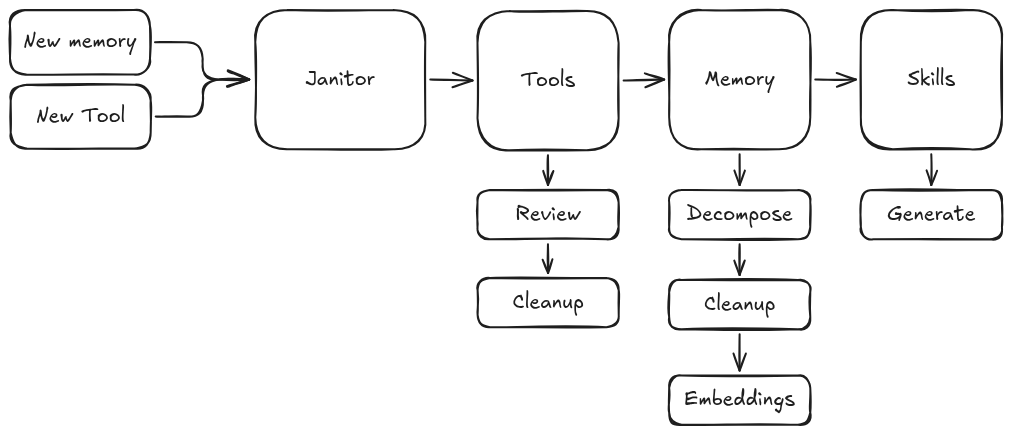
Earlier version of the Excalidraw export docs/janitor.excalidraw.png (nsg/marrow). Source tidied: one line per element, renumbered; positions are measured from the earlier drawing's top-left corner, leaving out a move shared by most shapes.
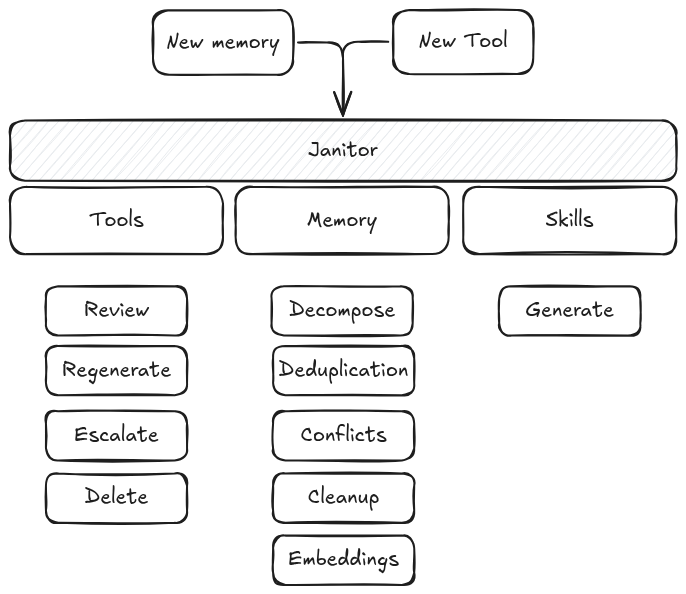
Above is the later version.

Commit message:
Update architecture diagrams to reflect current design

Change to the diagram source:
```diff
@@ -1,35 +1,34 @@
-{"id": 0, "type": "rectangle", "strokeColor": "#1e1e1e", "strokeWidth": 2, "roughness": 1, "round": true, "x": 0, "y": 0, "width": 140, "height": 65}
+{"id": 0, "type": "rectangle", "strokeColor": "#1e1e1e", "strokeWidth": 2, "roughness": 1, "round": true, "x": 313, "y": -205, "width": 140, "height": 65}
-{"id": 1, "type": "text", "text": "New memory", "strokeColor": "#1e1e1e", "strokeWidth": 2, "roughness": 1, "fontSize": 20, "fontFamily": 5, "textAlign": "center", "verticalAlign": "middle", "inside": 0, "x": 13, "y": 20, "width": 113, "height": 25}
+{"id": 1, "type": "text", "text": "New memory", "strokeColor": "#1e1e1e", "strokeWidth": 2, "roughness": 1, "fontSize": 20, "fontFamily": 5, "textAlign": "center", "verticalAlign": "middle", "inside": 0, "x": 326, "y": -185, "width": 113, "height": 25}
-{"id": 2, "type": "rectangle", "strokeColor": "#1e1e1e", "strokeWidth": 2, "roughness": 1, "round": true, "x": 1, "y": 75, "width": 140, "height": 64}
+{"id": 2, "type": "rectangle", "strokeColor": "#1e1e1e", "strokeWidth": 2, "roughness": 1, "round": true, "x": 553, "y": -205, "width": 140, "height": 64}
-{"id": 3, "type": "text", "text": "New Tool", "strokeColor": "#1e1e1e", "strokeWidth": 2, "roughness": 1, "fontSize": 20, "fontFamily": 5, "textAlign": "center", "verticalAlign": "middle", "inside": 2, "x": 26, "y": 94, "width": 89, "height": 25}
+{"id": 3, "type": "text", "text": "New Tool", "strokeColor": "#1e1e1e", "strokeWidth": 2, "roughness": 1, "fontSize": 20, "fontFamily": 5, "textAlign": "center", "verticalAlign": "middle", "inside": 2, "x": 579, "y": -186, "width": 89, "height": 25}
-{"id": 4, "type": "rectangle", "strokeColor": "#1e1e1e", "strokeWidth": 2, "roughness": 1, "round": true, "x": 245, "y": 0, "width": 170, "height": 139}
-{"id": 5, "type": "text", "text": "Janitor", "strokeColor": "#1e1e1e", "strokeWidth": 2, "roughness": 1, "fontSize": 20, "fontFamily": 5, "textAlign": "center", "verticalAlign": "middle", "inside": 4, "x": 295, "y": 57, "width": 70, "height": 25}
-{"id": 6, "type": "arrow", "strokeColor": "#1e1e1e", "strokeWidth": 2, "roughness": 1, "endArrowhead": "arrow", "from": 0, "to": 4, "x": 145, "y": 32, "width": 94, "height": 37, "points": [[0, 0], [48, 0], [48, 37], [94, 37]]}
-{"id": 7, "type": "arrow", "strokeColor": "#1e1e1e", "strokeWidth": 2, "roughness": 1, "endArrowhead": "arrow", "from": 2, "to": 4, "x": 146, "y": 107, "width": 94, "height": 37, "points": [[0, 0], [47, 0], [47, -37], [94, -37]]}
-{"id": 8, "type": "rectangle", "strokeColor": "#1e1e1e", "strokeWidth": 2, "roughness": 1, "round": true, "x": 467, "y": 1, "width": 141, "height": 139}
+{"id": 8, "type": "rectangle", "strokeColor": "#1e1e1e", "strokeWidth": 2, "roughness": 1, "round": true, "x": 170, "y": -28, "width": 213, "height": 67}
-{"id": 9, "type": "text", "text": "Tools", "strokeColor": "#1e1e1e", "strokeWidth": 2, "roughness": 1, "fontSize": 20, "fontFamily": 5, "textAlign": "center", "verticalAlign": "middle", "inside": 8, "x": 511, "y": 58, "width": 55, "height": 25}
+{"id": 9, "type": "text", "text": "Tools", "strokeColor": "#1e1e1e", "strokeWidth": 2, "roughness": 1, "fontSize": 20, "fontFamily": 5, "textAlign": "center", "verticalAlign": "middle", "inside": 8, "x": 249, "y": -7, "width": 55, "height": 25}
-{"id": 10, "type": "rectangle", "strokeColor": "#1e1e1e", "strokeWidth": 2, "roughness": 1, "round": true, "x": 468, "y": 180, "width": 141, "height": 49}
+{"id": 10, "type": "rectangle", "strokeColor": "#1e1e1e", "strokeWidth": 2, "roughness": 1, "round": true, "x": 206, "y": 71, "width": 141, "height": 49}
-{"id": 11, "type": "text", "text": "Review", "strokeColor": "#1e1e1e", "strokeWidth": 2, "roughness": 1, "fontSize": 20, "fontFamily": 5, "textAlign": "center", "verticalAlign": "middle", "inside": 10, "x": 505, "y": 192, "width": 65, "height": 25}
+{"id": 11, "type": "text", "text": "Review", "strokeColor": "#1e1e1e", "strokeWidth": 2, "roughness": 1, "fontSize": 20, "fontFamily": 5, "textAlign": "center", "verticalAlign": "middle", "inside": 10, "x": 244, "y": 83, "width": 65, "height": 25}
-{"id": 12, "type": "rectangle", "strokeColor": "#1e1e1e", "strokeWidth": 2, "roughness": 1, "round": true, "x": 468, "y": 268, "width": 141, "height": 49}
+{"id": 12, "type": "rectangle", "strokeColor": "#1e1e1e", "strokeWidth": 2, "roughness": 1, "round": true, "x": 206, "y": 131, "width": 141, "height": 49}
-{"id": 13, "type": "text", "text": "Cleanup", "strokeColor": "#1e1e1e", "strokeWidth": 2, "roughness": 1, "fontSize": 20, "fontFamily": 5, "textAlign": "center", "verticalAlign": "middle", "inside": 12, "x": 502, "y": 280, "width": 72, "height": 25}
+{"id": 13, "type": "text", "text": "Regenerate", "strokeColor": "#1e1e1e", "strokeWidth": 2, "roughness": 1, "fontSize": 20, "fontFamily": 5, "textAlign": "center", "verticalAlign": "middle", "inside": 12, "x": 222, "y": 143, "width": 109, "height": 25}
-{"id": 14, "type": "rectangle", "strokeColor": "#1e1e1e", "strokeWidth": 2, "roughness": 1, "round": true, "x": 659, "y": 0, "width": 141, "height": 139}
+{"id": 14, "type": "rectangle", "strokeColor": "#1e1e1e", "strokeWidth": 2, "roughness": 1, "round": true, "x": 396, "y": -28, "width": 213, "height": 67}
-{"id": 15, "type": "text", "text": "Memory", "strokeColor": "#1e1e1e", "strokeWidth": 2, "roughness": 1, "fontSize": 20, "fontFamily": 5, "textAlign": "center", "verticalAlign": "middle", "inside": 14, "x": 695, "y": 57, "width": 70, "height": 25}
+{"id": 15, "type": "text", "text": "Memory", "strokeColor": "#1e1e1e", "strokeWidth": 2, "roughness": 1, "fontSize": 20, "fontFamily": 5, "textAlign": "center", "verticalAlign": "middle", "inside": 14, "x": 467, "y": -7, "width": 70, "height": 25}
-{"id": 16, "type": "rectangle", "strokeColor": "#1e1e1e", "strokeWidth": 2, "roughness": 1, "round": true, "x": 659, "y": 180, "width": 141, "height": 49}
+{"id": 16, "type": "rectangle", "strokeColor": "#1e1e1e", "strokeWidth": 2, "roughness": 1, "round": true, "x": 432, "y": 71, "width": 141, "height": 49}
-{"id": 17, "type": "text", "text": "Decompose", "strokeColor": "#1e1e1e", "strokeWidth": 2, "roughness": 1, "fontSize": 20, "fontFamily": 5, "textAlign": "center", "verticalAlign": "middle", "inside": 16, "x": 677, "y": 192, "width": 106, "height": 25}
+{"id": 17, "type": "text", "text": "Decompose", "strokeColor": "#1e1e1e", "strokeWidth": 2, "roughness": 1, "fontSize": 20, "fontFamily": 5, "textAlign": "center", "verticalAlign": "middle", "inside": 16, "x": 449, "y": 83, "width": 106, "height": 25}
-{"id": 18, "type": "rectangle", "strokeColor": "#1e1e1e", "strokeWidth": 2, "roughness": 1, "round": true, "x": 659, "y": 270, "width": 141, "height": 49}
+{"id": 18, "type": "rectangle", "strokeColor": "#1e1e1e", "strokeWidth": 2, "roughness": 1, "round": true, "x": 433, "y": 258, "width": 141, "height": 49}
-{"id": 19, "type": "text", "text": "Cleanup", "strokeColor": "#1e1e1e", "strokeWidth": 2, "roughness": 1, "fontSize": 20, "fontFamily": 5, "textAlign": "center", "verticalAlign": "middle", "inside": 18, "x": 694, "y": 282, "width": 72, "height": 25}
+{"id": 19, "type": "text", "text": "Cleanup", "strokeColor": "#1e1e1e", "strokeWidth": 2, "roughness": 1, "fontSize": 20, "fontFamily": 5, "textAlign": "center", "verticalAlign": "middle", "inside": 18, "x": 468, "y": 270, "width": 72, "height": 25}
-{"id": 20, "type": "rectangle", "strokeColor": "#1e1e1e", "strokeWidth": 2, "roughness": 1, "round": true, "x": 659, "y": 366, "width": 141, "height": 49}
+{"id": 20, "type": "rectangle", "strokeColor": "#1e1e1e", "strokeWidth": 2, "roughness": 1, "round": true, "x": 433, "y": 320, "width": 141, "height": 49}
-{"id": 21, "type": "text", "text": "Embeddings", "strokeColor": "#1e1e1e", "strokeWidth": 2, "roughness": 1, "fontSize": 20, "fontFamily": 5, "textAlign": "center", "verticalAlign": "middle", "inside": 20, "x": 674, "y": 378, "width": 111, "height": 25}
+{"id": 21, "type": "text", "text": "Embeddings", "strokeColor": "#1e1e1e", "strokeWidth": 2, "roughness": 1, "fontSize": 20, "fontFamily": 5, "textAlign": "center", "verticalAlign": "middle", "inside": 20, "x": 448, "y": 333, "width": 111, "height": 25}
-{"id": 22, "type": "rectangle", "strokeColor": "#1e1e1e", "strokeWidth": 2, "roughness": 1, "round": true, "x": 851, "y": 0, "width": 141, "height": 139}
+{"id": 22, "type": "rectangle", "strokeColor": "#1e1e1e", "strokeWidth": 2, "roughness": 1, "round": true, "x": 623, "y": -28, "width": 213, "height": 67}
-{"id": 23, "type": "text", "text": "Skills", "strokeColor": "#1e1e1e", "strokeWidth": 2, "roughness": 1, "fontSize": 20, "fontFamily": 5, "textAlign": "center", "verticalAlign": "middle", "inside": 22, "x": 897, "y": 57, "width": 48, "height": 25}
+{"id": 23, "type": "text", "text": "Skills", "strokeColor": "#1e1e1e", "strokeWidth": 2, "roughness": 1, "fontSize": 20, "fontFamily": 5, "textAlign": "center", "verticalAlign": "middle", "inside": 22, "x": 706, "y": -7, "width": 48, "height": 25}
-{"id": 24, "type": "rectangle", "strokeColor": "#1e1e1e", "strokeWidth": 2, "roughness": 1, "round": true, "x": 851, "y": 180, "width": 141, "height": 49}
+{"id": 24, "type": "rectangle", "strokeColor": "#1e1e1e", "strokeWidth": 2, "roughness": 1, "round": true, "x": 659, "y": 71, "width": 141, "height": 49}
-{"id": 25, "type": "text", "text": "Generate", "strokeColor": "#1e1e1e", "strokeWidth": 2, "roughness": 1, "fontSize": 20, "fontFamily": 5, "textAlign": "center", "verticalAlign": "middle", "inside": 24, "x": 877, "y": 192, "width": 88, "height": 25}
+{"id": 25, "type": "text", "text": "Generate", "strokeColor": "#1e1e1e", "strokeWidth": 2, "roughness": 1, "fontSize": 20, "fontFamily": 5, "textAlign": "center", "verticalAlign": "middle", "inside": 24, "x": 686, "y": 83, "width": 88, "height": 25}
-{"id": 26, "type": "arrow", "strokeColor": "#1e1e1e", "strokeWidth": 2, "roughness": 1, "endArrowhead": "arrow", "from": 4, "to": 8, "x": 420, "y": 70, "width": 42, "height": 1, "points": [[0, 0], [42, 1]]}
-{"id": 27, "type": "arrow", "strokeColor": "#1e1e1e", "strokeWidth": 2, "roughness": 1, "endArrowhead": "arrow", "from": 8, "to": 14, "x": 614, "y": 70, "width": 41, "height": 1, "points": [[0, 0], [41, -1]]}
-{"id": 28, "type": "arrow", "strokeColor": "#1e1e1e", "strokeWidth": 2, "roughness": 1, "endArrowhead": "arrow", "from": 14, "to": 22, "x": 805, "y": 70, "width": 41, "height": 0, "points": [[0, 0], [41, 0]]}
-{"id": 29, "type": "arrow", "strokeColor": "#1e1e1e", "strokeWidth": 2, "roughness": 1, "endArrowhead": "arrow", "from": 8, "to": 10, "x": 538, "y": 145, "width": 0, "height": 30, "points": [[0, 0], [0, 30]]}
-{"id": 30, "type": "arrow", "strokeColor": "#1e1e1e", "strokeWidth": 2, "roughness": 1, "endArrowhead": "arrow", "from": 10, "to": 12, "x": 538, "y": 234, "width": 0, "height": 29, "points": [[0, 0], [0, 29]]}
-{"id": 31, "type": "arrow", "strokeColor": "#1e1e1e", "strokeWidth": 2, "roughness": 1, "endArrowhead": "arrow", "from": 14, "to": 16, "x": 730, "y": 144, "width": 0, "height": 31, "points": [[0, 0], [0, 31]]}
-{"id": 32, "type": "arrow", "strokeColor": "#1e1e1e", "strokeWidth": 2, "roughness": 1, "endArrowhead": "arrow", "from": 16, "to": 18, "x": 730, "y": 234, "width": 0, "height": 31, "points": [[0, 0], [0, 31]]}
-{"id": 33, "type": "arrow", "strokeColor": "#1e1e1e", "strokeWidth": 2, "roughness": 1, "endArrowhead": "arrow", "from": 18, "to": 20, "x": 730, "y": 324, "width": 0, "height": 36, "points": [[0, 0], [0, 36]]}
-{"id": 34, "type": "arrow", "strokeColor": "#1e1e1e", "strokeWidth": 2, "roughness": 1, "endArrowhead": "arrow", "from": 22, "to": 24, "x": 921, "y": 144, "width": 0, "height": 31, "points": [[0, 0], [0, 31]]}
+{"id": 35, "type": "rectangle", "strokeColor": "#1e1e1e", "strokeWidth": 2, "roughness": 1, "round": true, "x": 206, "y": 196, "width": 141, "height": 49}
+{"id": 36, "type": "text", "text": "Escalate", "strokeColor": "#1e1e1e", "strokeWidth": 2, "roughness": 1, "fontSize": 20, "fontFamily": 5, "textAlign": "center", "verticalAlign": "middle", "inside": 35, "x": 234, "y": 208, "width": 84, "height": 25}
+{"id": 37, "type": "rectangle", "strokeColor": "#1e1e1e", "strokeWidth": 2, "roughness": 1, "round": true, "x": 206, "y": 258, "width": 141, "height": 49}
+{"id": 38, "type": "text", "text": "Delete", "strokeColor": "#1e1e1e", "strokeWidth": 2, "roughness": 1, "fontSize": 20, "fontFamily": 5, "textAlign": "center", "verticalAlign": "middle", "inside": 37, "x": 245, "y": 270, "width": 63, "height": 25}
+{"id": 39, "type": "rectangle", "strokeColor": "#1e1e1e", "backgroundColor": "#e9ecef", "fillStyle": "hachure", "strokeWidth": 2, "roughness": 1, "round": true, "x": 170, "y": -95, "width": 666, "height": 60}
+{"id": 5, "type": "text", "text": "Janitor", "strokeColor": "#1e1e1e", "strokeWidth": 2, "roughness": 1, "fontSize": 20, "fontFamily": 5, "textAlign": "center", "verticalAlign": "middle", "inside": 39, "x": 468, "y": -77, "width": 70, "height": 25}
+{"id": 40, "type": "arrow", "strokeColor": "#1e1e1e", "strokeWidth": 2, "roughness": 1, "endArrowhead": "arrow", "from": 0, "to": 39, "x": 458, "y": -173, "width": 45, "height": 73, "points": [[0, 0], [45, 0], [45, 73]]}
+{"id": 41, "type": "arrow", "strokeColor": "#1e1e1e", "strokeWidth": 2, "roughness": 1, "endArrowhead": "arrow", "from": 2, "to": 39, "x": 548, "y": -173, "width": 45, "height": 74, "points": [[0, 0], [-45, 0], [-45, 74]]}
+{"id": 42, "type": "rectangle", "strokeColor": "#1e1e1e", "strokeWidth": 2, "roughness": 1, "round": true, "x": 433, "y": 131, "width": 141, "height": 49}
+{"id": 43, "type": "text", "text": "Deduplication", "strokeColor": "#1e1e1e", "strokeWidth": 2, "roughness": 1, "fontSize": 20, "fontFamily": 5, "textAlign": "center", "verticalAlign": "middle", "inside": 42, "x": 439, "y": 143, "width": 130, "height": 25}
+{"id": 44, "type": "rectangle", "strokeColor": "#1e1e1e", "strokeWidth": 2, "roughness": 1, "round": true, "x": 433, "y": 196, "width": 141, "height": 49}
+{"id": 45, "type": "text", "text": "Conflicts", "strokeColor": "#1e1e1e", "strokeWidth": 2, "roughness": 1, "fontSize": 20, "fontFamily": 5, "textAlign": "center", "verticalAlign": "middle", "inside": 44, "x": 460, "y": 208, "width": 86, "height": 25}
```
